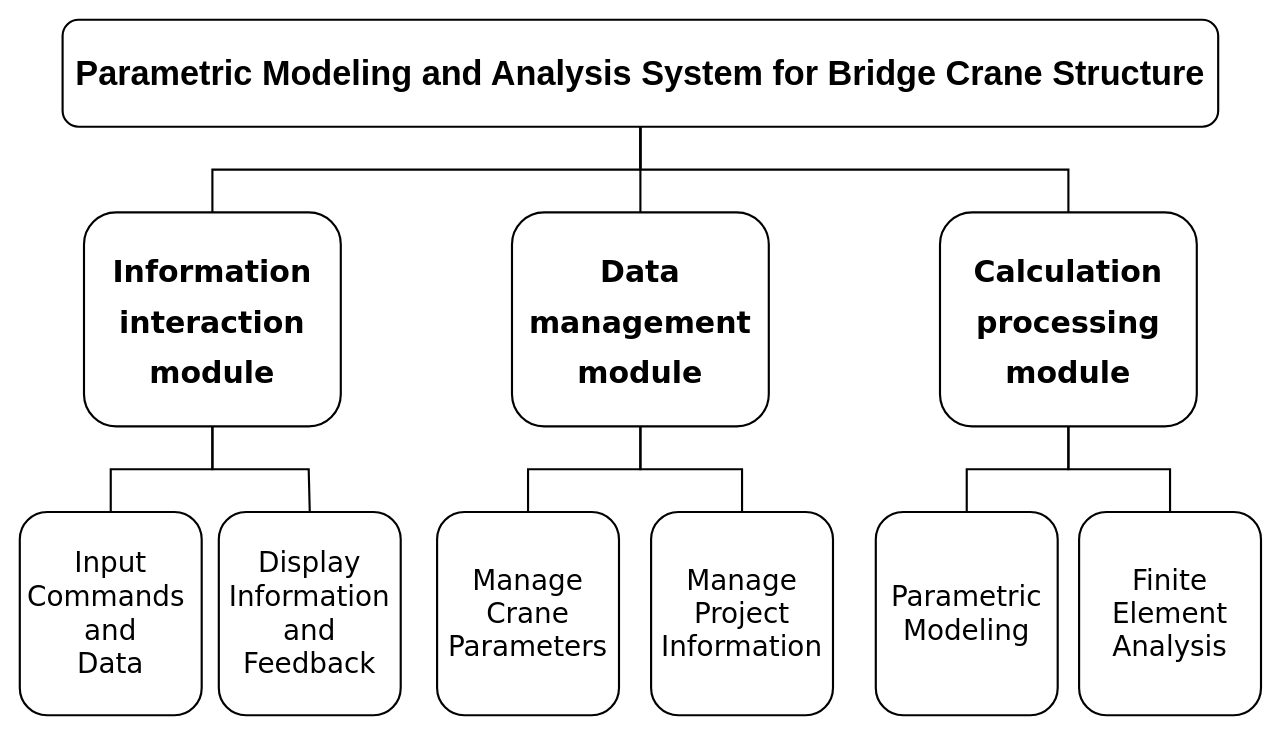
Above: page "第 1 页" (1 of 4) of Graduation Design.drawio in Destiny-LB/draw.io (draw.io), before the change. Source tidied: cells renumbered, new cells numbered last; positions are measured from the earlier drawing's top-left corner, leaving out a move shared by most shapes. Both pictures are drawn from the tidied source at 107%, with x=0, y=0 at pixel (19, 19).
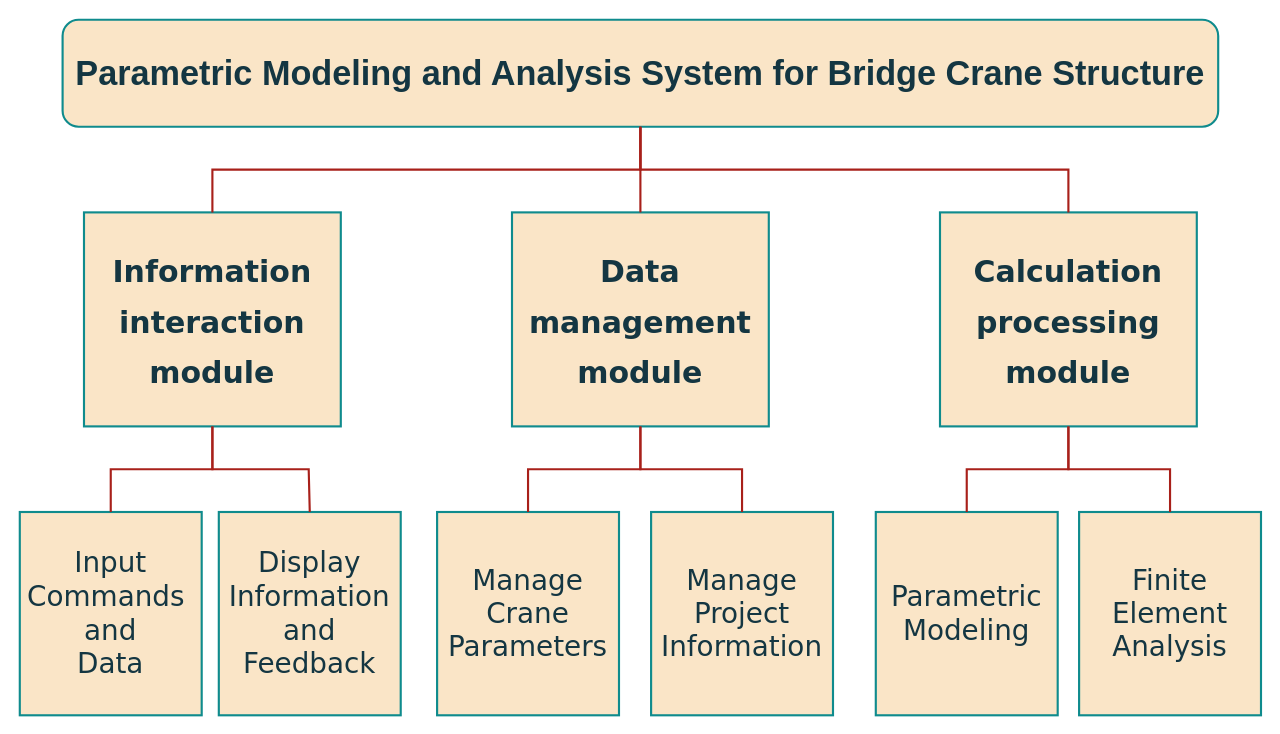
After the change.

What changed in the source:
```diff
@@
-    <mxCell id="2" value="&lt;h1&gt;&lt;font style=&quot;font-size: 32px;&quot;&gt;Parametric Modeling and Analysis System for Bridge Crane Structure&lt;/font&gt;&lt;/h1&gt;" style="rounded=1;whiteSpace=wrap;html=1;labelBackgroundColor=none;strokeWidth=2;" parent="1" vertex="1">
+    <mxCell id="2" value="&lt;h1&gt;&lt;font style=&quot;font-size: 32px;&quot;&gt;Parametric Modeling and Analysis System for Bridge Crane Structure&lt;/font&gt;&lt;/h1&gt;" style="rounded=1;whiteSpace=wrap;html=1;labelBackgroundColor=none;strokeWidth=2;fillColor=#FAE5C7;strokeColor=#0F8B8D;fontColor=#143642;" parent="1" vertex="1">
       <mxGeometry x="40" width="1080" height="100" as="geometry" />
     </mxCell>
-    <mxCell id="3" value="&lt;h2&gt;&lt;font style=&quot;font-size: 28px;&quot;&gt;Information interaction module&lt;/font&gt;&lt;/h2&gt;" style="rounded=1;whiteSpace=wrap;html=1;fontFamily=Verdana;fontSize=26;labelBackgroundColor=none;strokeWidth=2;" parent="1" vertex="1">
+    <mxCell id="3" value="&lt;h2&gt;&lt;font style=&quot;font-size: 28px;&quot;&gt;Information interaction module&lt;/font&gt;&lt;/h2&gt;" style="rounded=0;whiteSpace=wrap;html=1;fontFamily=Verdana;fontSize=26;labelBackgroundColor=none;strokeWidth=2;fillColor=#FAE5C7;strokeColor=#0F8B8D;fontColor=#143642;" parent="1" vertex="1">
       <mxGeometry x="60" y="180" width="240" height="200" as="geometry" />
     </mxCell>
-    <mxCell id="4" value="&lt;h2&gt;&lt;font style=&quot;font-size: 28px;&quot;&gt;Data management module&lt;/font&gt;&lt;/h2&gt;" style="rounded=1;whiteSpace=wrap;html=1;fontFamily=Verdana;fontSize=26;labelBackgroundColor=none;strokeWidth=2;" parent="1" vertex="1">
+    <mxCell id="4" value="&lt;h2&gt;&lt;font style=&quot;font-size: 28px;&quot;&gt;Data management module&lt;/font&gt;&lt;/h2&gt;" style="rounded=0;whiteSpace=wrap;html=1;fontFamily=Verdana;fontSize=26;labelBackgroundColor=none;strokeWidth=2;fillColor=#FAE5C7;strokeColor=#0F8B8D;fontColor=#143642;" parent="1" vertex="1">
       <mxGeometry x="460" y="180" width="240" height="200" as="geometry" />
     </mxCell>
-    <mxCell id="5" value="&lt;h2&gt;&lt;font style=&quot;font-size: 28px;&quot;&gt;Calculation processing module&lt;/font&gt;&lt;/h2&gt;" style="rounded=1;whiteSpace=wrap;html=1;fontFamily=Verdana;fontSize=26;labelBackgroundColor=none;strokeWidth=2;" parent="1" vertex="1">
+    <mxCell id="5" value="&lt;h2&gt;&lt;font style=&quot;font-size: 28px;&quot;&gt;Calculation processing module&lt;/font&gt;&lt;/h2&gt;" style="rounded=0;whiteSpace=wrap;html=1;fontFamily=Verdana;fontSize=26;labelBackgroundColor=none;strokeWidth=2;fillColor=#FAE5C7;strokeColor=#0F8B8D;fontColor=#143642;" parent="1" vertex="1">
       <mxGeometry x="860" y="180" width="240" height="200" as="geometry" />
     </mxCell>
-    <mxCell id="6" value="&lt;p&gt;&lt;font style=&quot;font-size: 26px;&quot;&gt;Input Commands&amp;nbsp; &amp;nbsp; &amp;nbsp;and&amp;nbsp; &amp;nbsp; Data&lt;/font&gt;&lt;/p&gt;" style="rounded=1;whiteSpace=wrap;html=1;fontFamily=Verdana;fontSize=26;labelBackgroundColor=none;strokeWidth=2;" parent="1" vertex="1">
+    <mxCell id="6" value="&lt;p&gt;&lt;font style=&quot;font-size: 26px;&quot;&gt;Input Commands&amp;nbsp; &amp;nbsp; &amp;nbsp;and&amp;nbsp; &amp;nbsp; Data&lt;/font&gt;&lt;/p&gt;" style="rounded=0;whiteSpace=wrap;html=1;fontFamily=Verdana;fontSize=26;labelBackgroundColor=none;strokeWidth=2;fillColor=#FAE5C7;strokeColor=#0F8B8D;fontColor=#143642;" parent="1" vertex="1">
       <mxGeometry y="460" width="170" height="190" as="geometry" />
     </mxCell>
-    <mxCell id="7" value="&lt;p&gt;&lt;font style=&quot;font-size: 26px;&quot;&gt;Display Information and Feedback&lt;/font&gt;&lt;/p&gt;" style="rounded=1;whiteSpace=wrap;html=1;fontFamily=Verdana;fontSize=26;labelBackgroundColor=none;strokeWidth=2;" parent="1" vertex="1">
+    <mxCell id="7" value="&lt;p&gt;&lt;font style=&quot;font-size: 26px;&quot;&gt;Display Information and Feedback&lt;/font&gt;&lt;/p&gt;" style="rounded=0;whiteSpace=wrap;html=1;fontFamily=Verdana;fontSize=26;labelBackgroundColor=none;strokeWidth=2;fillColor=#FAE5C7;strokeColor=#0F8B8D;fontColor=#143642;" parent="1" vertex="1">
       <mxGeometry x="186" y="460" width="170" height="190" as="geometry" />
     </mxCell>
-    <mxCell id="8" value="&lt;p&gt;&lt;font style=&quot;font-size: 26px;&quot;&gt;Manage Project Information&lt;/font&gt;&lt;/p&gt;" style="rounded=1;whiteSpace=wrap;html=1;fontFamily=Verdana;fontSize=26;labelBackgroundColor=none;strokeWidth=2;" parent="1" vertex="1">
+    <mxCell id="8" value="&lt;p&gt;&lt;font style=&quot;font-size: 26px;&quot;&gt;Manage Project Information&lt;/font&gt;&lt;/p&gt;" style="rounded=0;whiteSpace=wrap;html=1;fontFamily=Verdana;fontSize=26;labelBackgroundColor=none;strokeWidth=2;fillColor=#FAE5C7;strokeColor=#0F8B8D;fontColor=#143642;" parent="1" vertex="1">
       <mxGeometry x="590" y="460" width="170" height="190" as="geometry" />
     </mxCell>
-    <mxCell id="9" value="&lt;p&gt;Manage Crane Parameters&lt;br&gt;&lt;/p&gt;" style="rounded=1;whiteSpace=wrap;html=1;fontFamily=Verdana;fontSize=26;labelBackgroundColor=none;strokeWidth=2;" parent="1" vertex="1">
+    <mxCell id="9" value="&lt;p&gt;Manage Crane Parameters&lt;br&gt;&lt;/p&gt;" style="rounded=0;whiteSpace=wrap;html=1;fontFamily=Verdana;fontSize=26;labelBackgroundColor=none;strokeWidth=2;fillColor=#FAE5C7;strokeColor=#0F8B8D;fontColor=#143642;" parent="1" vertex="1">
       <mxGeometry x="390" y="460" width="170" height="190" as="geometry" />
     </mxCell>
-    <mxCell id="10" value="&lt;p&gt;Parametric Modeling&lt;br&gt;&lt;/p&gt;" style="rounded=1;whiteSpace=wrap;html=1;fontFamily=Verdana;fontSize=26;labelBackgroundColor=none;strokeWidth=2;" parent="1" vertex="1">
+    <mxCell id="10" value="&lt;p&gt;Parametric Modeling&lt;br&gt;&lt;/p&gt;" style="rounded=0;whiteSpace=wrap;html=1;fontFamily=Verdana;fontSize=26;labelBackgroundColor=none;strokeWidth=2;fillColor=#FAE5C7;strokeColor=#0F8B8D;fontColor=#143642;" parent="1" vertex="1">
       <mxGeometry x="800" y="460" width="170" height="190" as="geometry" />
     </mxCell>
-    <mxCell id="11" value="&lt;p&gt;Finite Element Analysis&lt;br&gt;&lt;/p&gt;" style="rounded=1;whiteSpace=wrap;html=1;fontFamily=Verdana;fontSize=26;labelBackgroundColor=none;strokeWidth=2;" parent="1" vertex="1">
+    <mxCell id="11" value="&lt;p&gt;Finite Element Analysis&lt;br&gt;&lt;/p&gt;" style="rounded=0;whiteSpace=wrap;html=1;fontFamily=Verdana;fontSize=26;labelBackgroundColor=none;strokeWidth=2;fillColor=#FAE5C7;strokeColor=#0F8B8D;fontColor=#143642;" parent="1" vertex="1">
       <mxGeometry x="990" y="460" width="170" height="190" as="geometry" />
     </mxCell>
-    <mxCell id="12" style="endArrow=none;html=1;rounded=0;fontFamily=Helvetica;fontSize=28;entryX=0.5;entryY=1;entryDx=0;entryDy=0;exitX=0.5;exitY=0;exitDx=0;exitDy=0;labelBackgroundColor=none;fontColor=default;strokeWidth=2;" parent="1" edge="1" source="7" target="3">
+    <mxCell id="12" style="endArrow=none;html=1;rounded=0;fontFamily=Helvetica;fontSize=28;entryX=0.5;entryY=1;entryDx=0;entryDy=0;exitX=0.5;exitY=0;exitDx=0;exitDy=0;labelBackgroundColor=none;fontColor=default;strokeWidth=2;strokeColor=#A8201A;" parent="1" edge="1" source="7" target="3">
       <mxGeometry relative="1" as="geometry">
         <Array as="points">
           <mxPoint x="270" y="420" />
           <mxPoint x="180" y="420" />
         </Array>
       </mxGeometry>
     </mxCell>
-    <mxCell id="13" style="endArrow=none;html=1;rounded=0;fontFamily=Helvetica;fontSize=28;entryX=0.5;entryY=1;entryDx=0;entryDy=0;labelBackgroundColor=none;fontColor=default;strokeWidth=2;" parent="1" edge="1" source="4" target="2">
+    <mxCell id="13" style="endArrow=none;html=1;rounded=0;fontFamily=Helvetica;fontSize=28;entryX=0.5;entryY=1;entryDx=0;entryDy=0;labelBackgroundColor=none;fontColor=default;strokeWidth=2;strokeColor=#A8201A;" parent="1" edge="1" source="4" target="2">
       <mxGeometry relative="1" as="geometry" />
     </mxCell>
-    <mxCell id="14" style="endArrow=none;html=1;rounded=0;fontFamily=Helvetica;fontSize=28;entryX=0.5;entryY=1;entryDx=0;entryDy=0;exitX=0.5;exitY=0;exitDx=0;exitDy=0;labelBackgroundColor=none;fontColor=default;strokeWidth=2;" parent="1" edge="1" source="5" target="2">
+    <mxCell id="14" style="endArrow=none;html=1;rounded=0;fontFamily=Helvetica;fontSize=28;entryX=0.5;entryY=1;entryDx=0;entryDy=0;exitX=0.5;exitY=0;exitDx=0;exitDy=0;labelBackgroundColor=none;fontColor=default;strokeWidth=2;strokeColor=#A8201A;" parent="1" edge="1" source="5" target="2">
       <mxGeometry relative="1" as="geometry">
         <Array as="points">
           <mxPoint x="980" y="140" />
           <mxPoint x="580" y="140" />
         </Array>
       </mxGeometry>
     </mxCell>
-    <mxCell id="15" style="endArrow=none;html=1;rounded=0;fontFamily=Helvetica;fontSize=28;entryX=0.5;entryY=1;entryDx=0;entryDy=0;exitX=0.5;exitY=0;exitDx=0;exitDy=0;labelBackgroundColor=none;fontColor=default;strokeWidth=2;" parent="1" edge="1" source="3" target="2">
+    <mxCell id="15" style="endArrow=none;html=1;rounded=0;fontFamily=Helvetica;fontSize=28;entryX=0.5;entryY=1;entryDx=0;entryDy=0;exitX=0.5;exitY=0;exitDx=0;exitDy=0;labelBackgroundColor=none;fontColor=default;strokeWidth=2;strokeColor=#A8201A;" parent="1" edge="1" source="3" target="2">
       <mxGeometry relative="1" as="geometry">
         <Array as="points">
           <mxPoint x="180" y="140" />
           <mxPoint x="580" y="140" />
         </Array>
       </mxGeometry>
     </mxCell>
-    <mxCell id="16" style="endArrow=none;html=1;rounded=0;fontFamily=Helvetica;fontSize=28;entryX=0.5;entryY=1;entryDx=0;entryDy=0;exitX=0.5;exitY=0;exitDx=0;exitDy=0;labelBackgroundColor=none;fontColor=default;strokeWidth=2;" parent="1" edge="1" source="9" target="4">
+    <mxCell id="16" style="endArrow=none;html=1;rounded=0;fontFamily=Helvetica;fontSize=28;entryX=0.5;entryY=1;entryDx=0;entryDy=0;exitX=0.5;exitY=0;exitDx=0;exitDy=0;labelBackgroundColor=none;fontColor=default;strokeWidth=2;strokeColor=#A8201A;" parent="1" edge="1" source="9" target="4">
       <mxGeometry relative="1" as="geometry">
         <Array as="points">
           <mxPoint x="475" y="420" />
           <mxPoint x="580" y="420" />
         </Array>
       </mxGeometry>
     </mxCell>
-    <mxCell id="17" style="endArrow=none;html=1;rounded=0;fontFamily=Helvetica;fontSize=28;entryX=0.5;entryY=1;entryDx=0;entryDy=0;exitX=0.5;exitY=0;exitDx=0;exitDy=0;labelBackgroundColor=none;fontColor=default;strokeWidth=2;" parent="1" edge="1" source="8" target="4">
+    <mxCell id="17" style="endArrow=none;html=1;rounded=0;fontFamily=Helvetica;fontSize=28;entryX=0.5;entryY=1;entryDx=0;entryDy=0;exitX=0.5;exitY=0;exitDx=0;exitDy=0;labelBackgroundColor=none;fontColor=default;strokeWidth=2;strokeColor=#A8201A;" parent="1" edge="1" source="8" target="4">
       <mxGeometry relative="1" as="geometry">
         <Array as="points">
           <mxPoint x="675" y="420" />
           <mxPoint x="580" y="420" />
         </Array>
       </mxGeometry>
     </mxCell>
-    <mxCell id="18" style="endArrow=none;html=1;rounded=0;fontFamily=Helvetica;fontSize=28;entryX=0.5;entryY=1;entryDx=0;entryDy=0;exitX=0.5;exitY=0;exitDx=0;exitDy=0;labelBackgroundColor=none;fontColor=default;strokeWidth=2;" parent="1" edge="1" source="10" target="5">
+    <mxCell id="18" style="endArrow=none;html=1;rounded=0;fontFamily=Helvetica;fontSize=28;entryX=0.5;entryY=1;entryDx=0;entryDy=0;exitX=0.5;exitY=0;exitDx=0;exitDy=0;labelBackgroundColor=none;fontColor=default;strokeWidth=2;strokeColor=#A8201A;" parent="1" edge="1" source="10" target="5">
       <mxGeometry relative="1" as="geometry">
         <Array as="points">
           <mxPoint x="885" y="420" />
           <mxPoint x="980" y="420" />
         </Array>
       </mxGeometry>
     </mxCell>
-    <mxCell id="19" style="endArrow=none;html=1;rounded=0;fontFamily=Helvetica;fontSize=28;entryX=0.5;entryY=1;entryDx=0;entryDy=0;exitX=0.5;exitY=0;exitDx=0;exitDy=0;labelBackgroundColor=none;fontColor=default;strokeWidth=2;" parent="1" edge="1" source="11" target="5">
+    <mxCell id="19" style="endArrow=none;html=1;rounded=0;fontFamily=Helvetica;fontSize=28;entryX=0.5;entryY=1;entryDx=0;entryDy=0;exitX=0.5;exitY=0;exitDx=0;exitDy=0;labelBackgroundColor=none;fontColor=default;strokeWidth=2;strokeColor=#A8201A;" parent="1" edge="1" source="11" target="5">
       <mxGeometry relative="1" as="geometry">
         <Array as="points">
           <mxPoint x="1075" y="420" />
           <mxPoint x="980" y="420" />
         </Array>
       </mxGeometry>
     </mxCell>
-    <mxCell id="20" style="endArrow=none;html=1;rounded=0;fontFamily=Helvetica;fontSize=28;entryX=0.5;entryY=1;entryDx=0;entryDy=0;exitX=0.5;exitY=0;exitDx=0;exitDy=0;labelBackgroundColor=none;fontColor=default;strokeWidth=2;" parent="1" edge="1" source="6" target="3">
+    <mxCell id="20" style="endArrow=none;html=1;rounded=0;fontFamily=Helvetica;fontSize=28;entryX=0.5;entryY=1;entryDx=0;entryDy=0;exitX=0.5;exitY=0;exitDx=0;exitDy=0;labelBackgroundColor=none;fontColor=default;strokeWidth=2;strokeColor=#A8201A;" parent="1" edge="1" source="6" target="3">
       <mxGeometry relative="1" as="geometry">
         <Array as="points">
           <mxPoint x="85" y="420" />
           <mxPoint x="180" y="420" />
         </Array>
       </mxGeometry>
     </mxCell>
```
